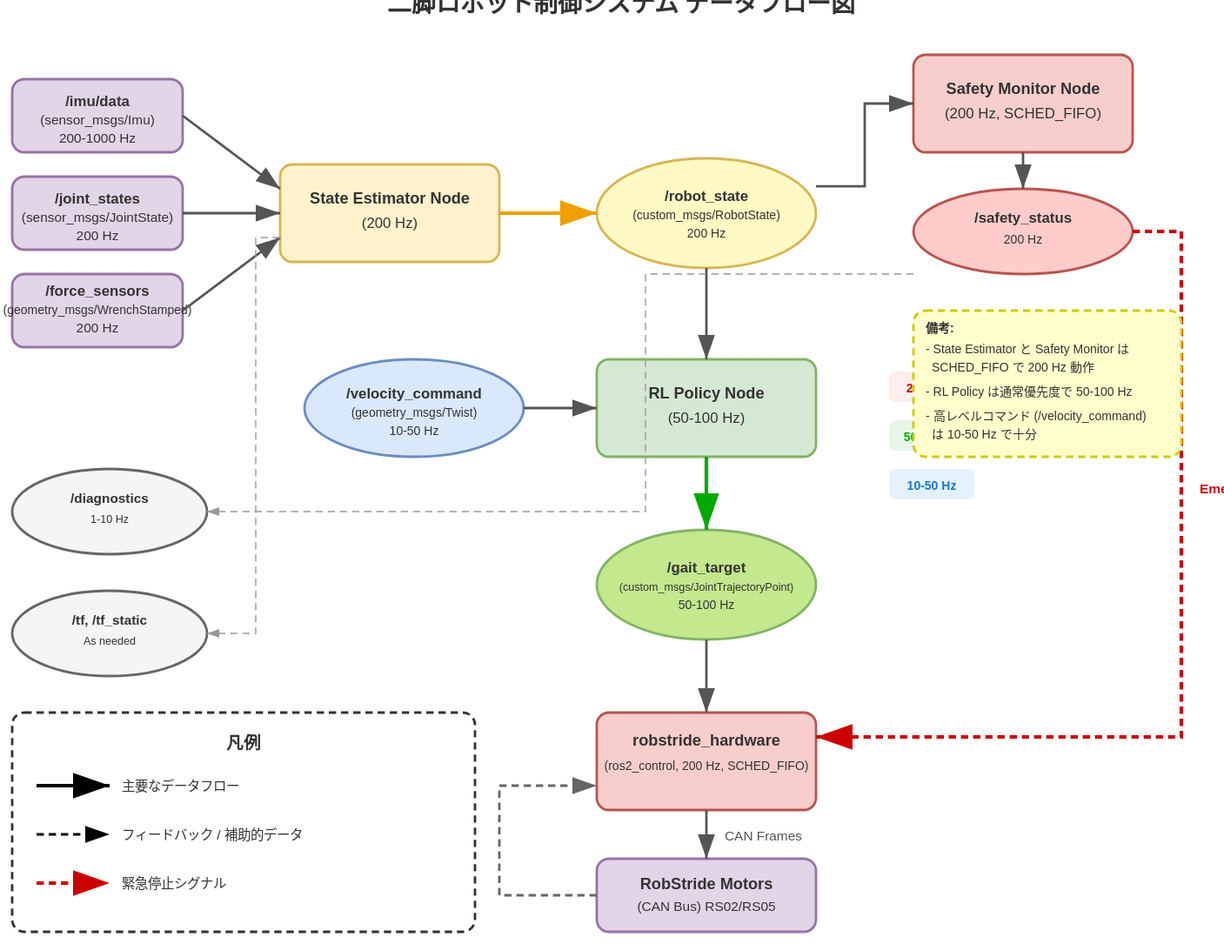
Earlier version of the draw.io export doc/design/ros2_walking/fig/data_flow.drawio.svg (kim-xps12/bsl_droid_control). Source tidied: cells renumbered, new cells last; positions are measured from the earlier drawing's top-left corner, leaving out a move shared by most shapes. The source it was exported from:
```xml
<mxGraphModel>
  <root>
    <mxCell id="0" />
    <mxCell id="1" parent="0" />
    <mxCell id="2" value="二脚ロボット制御システム データフロー図" style="text;html=1;strokeColor=none;fillColor=none;align=center;verticalAlign=middle;whiteSpace=wrap;rounded=0;fontSize=20;fontStyle=1;" parent="1" vertex="1">
      <mxGeometry x="240" width="520" height="40" as="geometry" />
    </mxCell>
    <mxCell id="3" value="/imu/data&lt;br&gt;(sensor_msgs/Imu)&lt;br&gt;200-1000 Hz" style="rounded=1;whiteSpace=wrap;html=1;fillColor=#e1d5e7;strokeColor=#9673a6;fontStyle=1;" parent="1" vertex="1">
      <mxGeometry y="80" width="140" height="60" as="geometry" />
    </mxCell>
    <mxCell id="4" value="/joint_states&lt;br&gt;(sensor_msgs/JointState)&lt;br&gt;200 Hz" style="rounded=1;whiteSpace=wrap;html=1;fillColor=#e1d5e7;strokeColor=#9673a6;fontStyle=1;" parent="1" vertex="1">
      <mxGeometry y="160" width="140" height="60" as="geometry" />
    </mxCell>
    <mxCell id="5" value="/force_sensors&lt;br&gt;(geometry_msgs/WrenchStamped)&lt;br&gt;200 Hz" style="rounded=1;whiteSpace=wrap;html=1;fillColor=#e1d5e7;strokeColor=#9673a6;" parent="1" vertex="1">
      <mxGeometry y="240" width="140" height="60" as="geometry" />
    </mxCell>
    <mxCell id="6" value="State Estimator Node&lt;br&gt;(200 Hz)" style="rounded=1;whiteSpace=wrap;html=1;fillColor=#fff2cc;strokeColor=#d6b656;fontStyle=1;fontSize=13;" parent="1" vertex="1">
      <mxGeometry x="220" y="150" width="180" height="80" as="geometry" />
    </mxCell>
    <mxCell id="7" style="edgeStyle=orthogonalEdgeStyle;rounded=0;jettySize=auto;html=1;exitX=1;exitY=0.5;exitDx=0;exitDy=0;entryX=0;entryY=0.25;entryDx=0;entryDy=0;strokeWidth=2;" parent="1" edge="1" source="3" target="6">
      <mxGeometry relative="1" as="geometry" />
    </mxCell>
    <mxCell id="8" style="edgeStyle=orthogonalEdgeStyle;rounded=0;jettySize=auto;html=1;exitX=1;exitY=0.5;exitDx=0;exitDy=0;entryX=0;entryY=0.5;entryDx=0;entryDy=0;strokeWidth=2;" parent="1" edge="1" source="4" target="6">
      <mxGeometry relative="1" as="geometry" />
    </mxCell>
    <mxCell id="9" style="edgeStyle=orthogonalEdgeStyle;rounded=0;jettySize=auto;html=1;exitX=1;exitY=0.5;exitDx=0;exitDy=0;entryX=0;entryY=0.75;entryDx=0;entryDy=0;strokeWidth=2;" parent="1" edge="1" source="5" target="6">
      <mxGeometry relative="1" as="geometry" />
    </mxCell>
    <mxCell id="10" value="/robot_state&lt;br&gt;(custom_msgs/RobotState)&lt;br&gt;200 Hz" style="ellipse;whiteSpace=wrap;html=1;fillColor=#fff9c4;strokeColor=#d6b656;fontStyle=1;fontSize=12;" parent="1" vertex="1">
      <mxGeometry x="480" y="145" width="180" height="90" as="geometry" />
    </mxCell>
    <mxCell id="11" style="edgeStyle=orthogonalEdgeStyle;rounded=0;jettySize=auto;html=1;exitX=1;exitY=0.5;exitDx=0;exitDy=0;entryX=0;entryY=0.5;entryDx=0;entryDy=0;strokeWidth=3;strokeColor=#f0a000;" parent="1" edge="1" source="6" target="10">
      <mxGeometry relative="1" as="geometry" />
    </mxCell>
    <mxCell id="12" value="Safety Monitor Node&lt;br&gt;(200 Hz, SCHED_FIFO)" style="rounded=1;whiteSpace=wrap;html=1;fillColor=#f8cecc;strokeColor=#b85450;fontStyle=1;fontSize=13;" parent="1" vertex="1">
      <mxGeometry x="740" y="60" width="180" height="80" as="geometry" />
    </mxCell>
    <mxCell id="13" style="edgeStyle=orthogonalEdgeStyle;rounded=0;jettySize=auto;html=1;exitX=1;exitY=0.25;exitDx=0;exitDy=0;entryX=0;entryY=0.5;entryDx=0;entryDy=0;strokeWidth=2;" parent="1" edge="1" source="10" target="12">
      <mxGeometry relative="1" as="geometry" />
    </mxCell>
    <mxCell id="14" value="/safety_status&lt;br&gt;(custom_msgs/SafetyStatus)&lt;br&gt;200 Hz" style="ellipse;whiteSpace=wrap;html=1;fillColor=#ffcccc;strokeColor=#b85450;fontSize=12;" parent="1" vertex="1">
      <mxGeometry x="740" y="170" width="180" height="70" as="geometry" />
    </mxCell>
    <mxCell id="15" style="edgeStyle=orthogonalEdgeStyle;rounded=0;jettySize=auto;html=1;exitX=0.5;exitY=1;exitDx=0;exitDy=0;entryX=0.5;entryY=0;entryDx=0;entryDy=0;strokeWidth=2;" parent="1" edge="1" source="12" target="14">
      <mxGeometry relative="1" as="geometry" />
    </mxCell>
    <mxCell id="16" value="RL Policy Node&lt;br&gt;(50-100 Hz)" style="rounded=1;whiteSpace=wrap;html=1;fillColor=#d5e8d4;strokeColor=#82b366;fontStyle=1;fontSize=13;" parent="1" vertex="1">
      <mxGeometry x="480" y="310" width="180" height="80" as="geometry" />
    </mxCell>
    <mxCell id="17" style="edgeStyle=orthogonalEdgeStyle;rounded=0;jettySize=auto;html=1;exitX=0.5;exitY=1;exitDx=0;exitDy=0;entryX=0.5;entryY=0;entryDx=0;entryDy=0;strokeWidth=2;" parent="1" edge="1" source="10" target="16">
      <mxGeometry relative="1" as="geometry" />
    </mxCell>
    <mxCell id="18" value="/velocity_command&lt;br&gt;(geometry_msgs/Twist)&lt;br&gt;10-50 Hz" style="ellipse;whiteSpace=wrap;html=1;fillColor=#dae8fc;strokeColor=#6c8ebf;fontSize=12;" parent="1" vertex="1">
      <mxGeometry x="240" y="310" width="180" height="80" as="geometry" />
    </mxCell>
    <mxCell id="19" style="edgeStyle=orthogonalEdgeStyle;rounded=0;jettySize=auto;html=1;exitX=1;exitY=0.5;exitDx=0;exitDy=0;entryX=0;entryY=0.5;entryDx=0;entryDy=0;strokeWidth=2;" parent="1" edge="1" source="18" target="16">
      <mxGeometry relative="1" as="geometry" />
    </mxCell>
    <mxCell id="20" value="/gait_target&lt;br&gt;(custom_msgs/JointTrajectoryPoint)&lt;br&gt;50-100 Hz" style="ellipse;whiteSpace=wrap;html=1;fillColor=#c3e88d;strokeColor=#82b366;fontStyle=1;fontSize=12;" parent="1" vertex="1">
      <mxGeometry x="480" y="450" width="180" height="90" as="geometry" />
    </mxCell>
    <mxCell id="21" style="edgeStyle=orthogonalEdgeStyle;rounded=0;jettySize=auto;html=1;exitX=0.5;exitY=1;exitDx=0;exitDy=0;entryX=0.5;entryY=0;entryDx=0;entryDy=0;strokeWidth=3;strokeColor=#00aa00;" parent="1" edge="1" source="16" target="20">
      <mxGeometry relative="1" as="geometry" />
    </mxCell>
    <mxCell id="22" value="robstride_hardware&lt;br&gt;(ros2_control, 200 Hz, SCHED_FIFO)" style="rounded=1;whiteSpace=wrap;html=1;fillColor=#f8cecc;strokeColor=#b85450;fontStyle=1;fontSize=13;" parent="1" vertex="1">
      <mxGeometry x="480" y="600" width="180" height="80" as="geometry" />
    </mxCell>
    <mxCell id="23" style="edgeStyle=orthogonalEdgeStyle;rounded=0;jettySize=auto;html=1;exitX=0.5;exitY=1;exitDx=0;exitDy=0;entryX=0.5;entryY=0;entryDx=0;entryDy=0;strokeWidth=2;" parent="1" edge="1" source="20" target="22">
      <mxGeometry relative="1" as="geometry" />
    </mxCell>
    <mxCell id="24" value="Emergency Stop" style="edgeStyle=orthogonalEdgeStyle;rounded=0;jettySize=auto;html=1;exitX=1;exitY=0.5;exitDx=0;exitDy=0;entryX=1;entryY=0.25;entryDx=0;entryDy=0;strokeWidth=3;strokeColor=#cc0000;dashed=1;fontSize=11;" parent="1" edge="1" source="14" target="22">
      <mxGeometry x="-0.2" relative="1" as="geometry">
        <Array as="points">
          <mxPoint x="960" y="205" />
          <mxPoint x="960" y="620" />
        </Array>
      </mxGeometry>
    </mxCell>
    <mxCell id="25" value="RobStride Motors (CAN Bus)&lt;br&gt;RS02/RS05" style="rounded=1;whiteSpace=wrap;html=1;fillColor=#e1d5e7;strokeColor=#9673a6;fontStyle=1;fontSize=13;" parent="1" vertex="1">
      <mxGeometry x="480" y="720" width="180" height="60" as="geometry" />
    </mxCell>
    <mxCell id="26" value="CAN Frames&lt;br&gt;(Position/Velocity/Torque)" style="edgeStyle=orthogonalEdgeStyle;rounded=0;jettySize=auto;html=1;exitX=0.5;exitY=1;exitDx=0;exitDy=0;entryX=0.5;entryY=0;entryDx=0;entryDy=0;strokeWidth=2;fontSize=11;" parent="1" edge="1" source="22" target="25">
      <mxGeometry relative="1" as="geometry" />
    </mxCell>
    <mxCell id="27" value="Encoder Feedback" style="edgeStyle=orthogonalEdgeStyle;rounded=0;jettySize=auto;html=1;exitX=0;exitY=0.5;exitDx=0;exitDy=0;entryX=0;entryY=0.75;entryDx=0;entryDy=0;strokeWidth=2;strokeColor=#666666;dashed=1;fontSize=11;" parent="1" edge="1" source="25" target="22">
      <mxGeometry relative="1" as="geometry">
        <Array as="points">
          <mxPoint x="400" y="750" />
          <mxPoint x="400" y="660" />
        </Array>
      </mxGeometry>
    </mxCell>
    <mxCell id="28" value="/diagnostics&lt;br&gt;(diagnostic_msgs/DiagnosticArray)&lt;br&gt;1-10 Hz" style="ellipse;whiteSpace=wrap;html=1;fillColor=#f5f5f5;strokeColor=#666666;fontSize=11;" parent="1" vertex="1">
      <mxGeometry y="400" width="160" height="70" as="geometry" />
    </mxCell>
    <mxCell id="29" style="edgeStyle=orthogonalEdgeStyle;rounded=0;jettySize=auto;html=1;exitX=0;exitY=1;exitDx=0;exitDy=0;entryX=1;entryY=0.5;entryDx=0;entryDy=0;strokeWidth=1;dashed=1;strokeColor=#999999;" parent="1" edge="1" source="14" target="28">
      <mxGeometry relative="1" as="geometry" />
    </mxCell>
    <mxCell id="30" value="/tf, /tf_static&lt;br&gt;(tf2_msgs/TFMessage)&lt;br&gt;As needed" style="ellipse;whiteSpace=wrap;html=1;fillColor=#f5f5f5;strokeColor=#666666;fontSize=11;" parent="1" vertex="1">
      <mxGeometry y="500" width="160" height="70" as="geometry" />
    </mxCell>
    <mxCell id="31" style="edgeStyle=orthogonalEdgeStyle;rounded=0;jettySize=auto;html=1;exitX=0;exitY=0.75;exitDx=0;exitDy=0;entryX=1;entryY=0.5;entryDx=0;entryDy=0;strokeWidth=1;dashed=1;strokeColor=#999999;" parent="1" edge="1" source="6" target="30">
      <mxGeometry relative="1" as="geometry">
        <Array as="points">
          <mxPoint x="200" y="210" />
          <mxPoint x="200" y="535" />
        </Array>
      </mxGeometry>
    </mxCell>
    <mxCell id="32" style="rounded=1;whiteSpace=wrap;html=1;fillColor=#ffffff;strokeColor=#333333;verticalAlign=top;fontSize=12;align=left;dashed=1;" parent="1" vertex="1">
      <mxGeometry y="600" width="380" height="180" as="geometry" />
    </mxCell>
    <mxCell id="33" value="凡例" style="text;html=1;strokeColor=none;fillColor=none;align=center;verticalAlign=middle;whiteSpace=wrap;rounded=0;fontSize=14;fontStyle=1;" parent="1" vertex="1">
      <mxGeometry x="10" y="610" width="360" height="30" as="geometry" />
    </mxCell>
    <mxCell id="34" style="endArrow=classic;html=1;rounded=0;strokeWidth=3;strokeColor=#000000;" parent="1" edge="1">
      <mxGeometry relative="1" as="geometry">
        <mxPoint x="20" y="660" as="sourcePoint" />
        <mxPoint x="80" y="660" as="targetPoint" />
      </mxGeometry>
    </mxCell>
    <mxCell id="35" value="主要なデータフロー" style="text;html=1;strokeColor=none;fillColor=none;align=left;verticalAlign=middle;whiteSpace=wrap;rounded=0;fontSize=11;" parent="1" vertex="1">
      <mxGeometry x="90" y="645" width="140" height="30" as="geometry" />
    </mxCell>
    <mxCell id="36" style="endArrow=classic;html=1;rounded=0;strokeWidth=2;strokeColor=#000000;dashed=1;" parent="1" edge="1">
      <mxGeometry relative="1" as="geometry">
        <mxPoint x="20" y="700" as="sourcePoint" />
        <mxPoint x="80" y="700" as="targetPoint" />
      </mxGeometry>
    </mxCell>
    <mxCell id="37" value="フィードバック / 補助的データ" style="text;html=1;strokeColor=none;fillColor=none;align=left;verticalAlign=middle;whiteSpace=wrap;rounded=0;fontSize=11;" parent="1" vertex="1">
      <mxGeometry x="90" y="685" width="180" height="30" as="geometry" />
    </mxCell>
    <mxCell id="38" style="endArrow=classic;html=1;rounded=0;strokeWidth=3;strokeColor=#cc0000;dashed=1;" parent="1" edge="1">
      <mxGeometry relative="1" as="geometry">
        <mxPoint x="20" y="740" as="sourcePoint" />
        <mxPoint x="80" y="740" as="targetPoint" />
      </mxGeometry>
    </mxCell>
    <mxCell id="39" value="緊急停止シグナル" style="text;html=1;strokeColor=none;fillColor=none;align=left;verticalAlign=middle;whiteSpace=wrap;rounded=0;fontSize=11;" parent="1" vertex="1">
      <mxGeometry x="90" y="725" width="140" height="30" as="geometry" />
    </mxCell>
    <mxCell id="40" value="200 Hz" style="text;html=1;strokeColor=none;fillColor=#ffeeee;align=center;verticalAlign=middle;whiteSpace=wrap;rounded=1;fontSize=10;fontStyle=1;fontColor=#cc0000;" parent="1" vertex="1">
      <mxGeometry x="720" y="320" width="60" height="25" as="geometry" />
    </mxCell>
    <mxCell id="41" value="50-100 Hz" style="text;html=1;strokeColor=none;fillColor=#e8f5e9;align=center;verticalAlign=middle;whiteSpace=wrap;rounded=1;fontSize=10;fontStyle=1;fontColor=#00aa00;" parent="1" vertex="1">
      <mxGeometry x="720" y="360" width="70" height="25" as="geometry" />
    </mxCell>
    <mxCell id="42" value="10-50 Hz" style="text;html=1;strokeColor=none;fillColor=#e3f2fd;align=center;verticalAlign=middle;whiteSpace=wrap;rounded=1;fontSize=10;fontStyle=1;fontColor=#1976d2;" parent="1" vertex="1">
      <mxGeometry x="720" y="400" width="70" height="25" as="geometry" />
    </mxCell>
    <mxCell id="43" value="備考:&lt;br&gt;- State Estimator と Safety Monitor は SCHED_FIFO で 200 Hz 動作&lt;br&gt;- RL Policy は通常優先度で 50-100 Hz&lt;br&gt;- 高レベルコマンド (/velocity_command) は 10-50 Hz で十分" style="rounded=1;whiteSpace=wrap;html=1;fillColor=#ffffcc;strokeColor=#cccc00;align=left;verticalAlign=top;fontSize=10;dashed=1;" parent="1" vertex="1">
      <mxGeometry x="740" y="270" width="220" height="120" as="geometry" />
    </mxCell>
  </root>
</mxGraphModel>
```
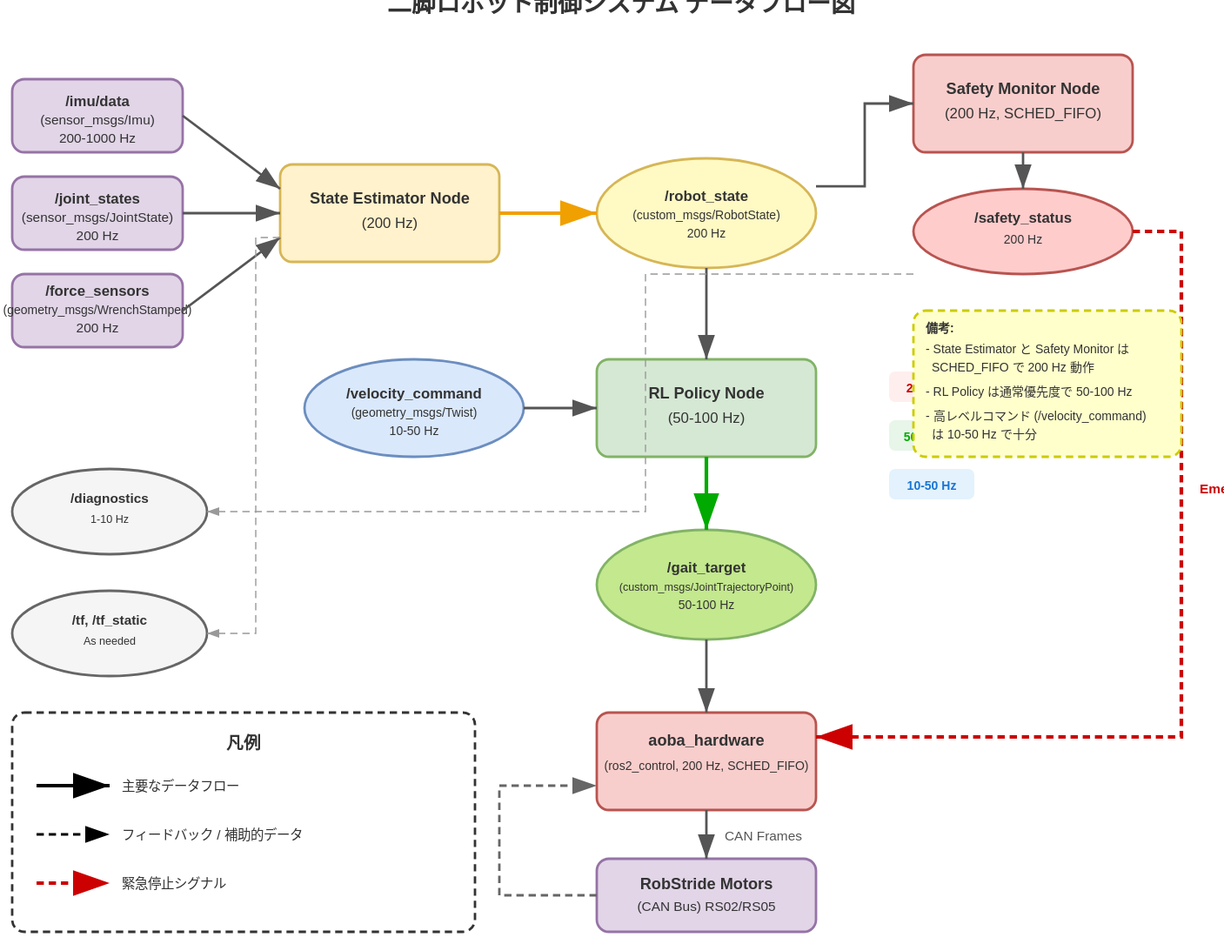
After the change.

Change to the diagram source:
```diff
@@ -62,7 +62,7 @@
     <mxCell id="21" style="edgeStyle=orthogonalEdgeStyle;rounded=0;jettySize=auto;html=1;exitX=0.5;exitY=1;exitDx=0;exitDy=0;entryX=0.5;entryY=0;entryDx=0;entryDy=0;strokeWidth=3;strokeColor=#00aa00;" parent="1" edge="1" source="16" target="20">
       <mxGeometry relative="1" as="geometry" />
     </mxCell>
-    <mxCell id="22" value="robstride_hardware&lt;br&gt;(ros2_control, 200 Hz, SCHED_FIFO)" style="rounded=1;whiteSpace=wrap;html=1;fillColor=#f8cecc;strokeColor=#b85450;fontStyle=1;fontSize=13;" parent="1" vertex="1">
+    <mxCell id="22" value="aoba_hardware&lt;br&gt;(ros2_control, 200 Hz, SCHED_FIFO)" style="rounded=1;whiteSpace=wrap;html=1;fillColor=#f8cecc;strokeColor=#b85450;fontStyle=1;fontSize=13;" parent="1" vertex="1">
       <mxGeometry x="480" y="600" width="180" height="80" as="geometry" />
     </mxCell>
     <mxCell id="23" style="edgeStyle=orthogonalEdgeStyle;rounded=0;jettySize=auto;html=1;exitX=0.5;exitY=1;exitDx=0;exitDy=0;entryX=0.5;entryY=0;entryDx=0;entryDy=0;strokeWidth=2;" parent="1" edge="1" source="20" target="22">
```
